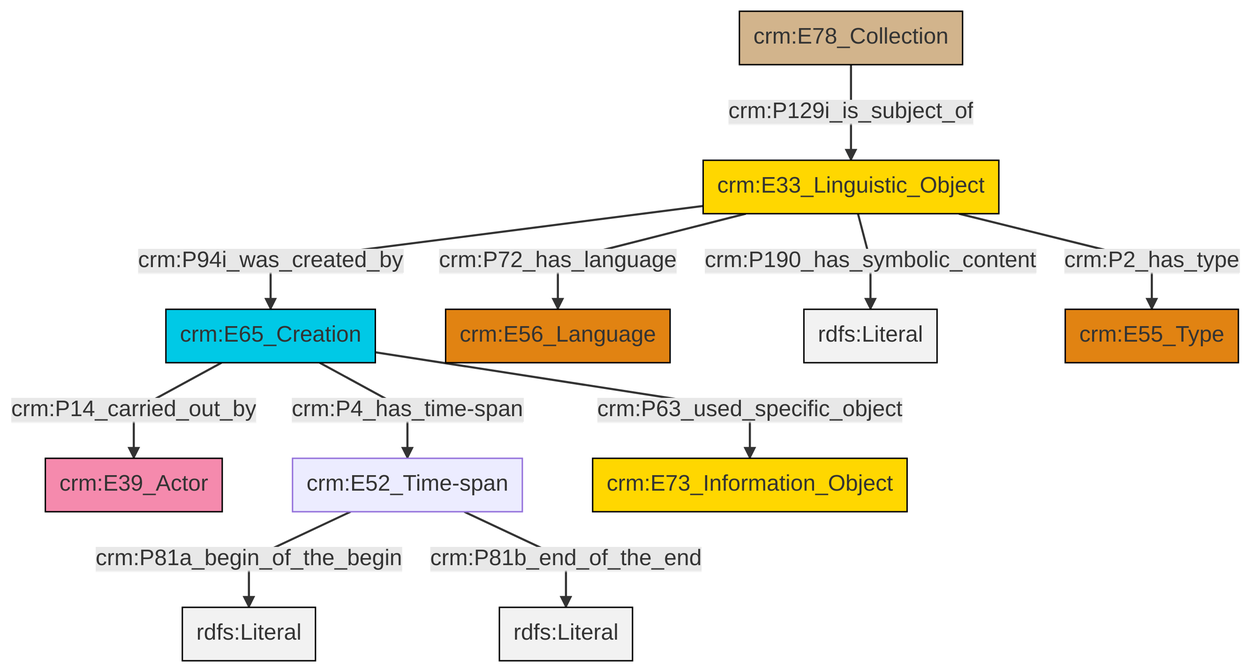
Earlier version of the Mermaid export et/archivalCSV/ttl/mmd/png/archival_desc.png (swiss-art-research-net/docs.swissartresearch). Its source is kept beside it as et/archivalCSV/ttl/mmd/archival_desc.ttl.mmd.
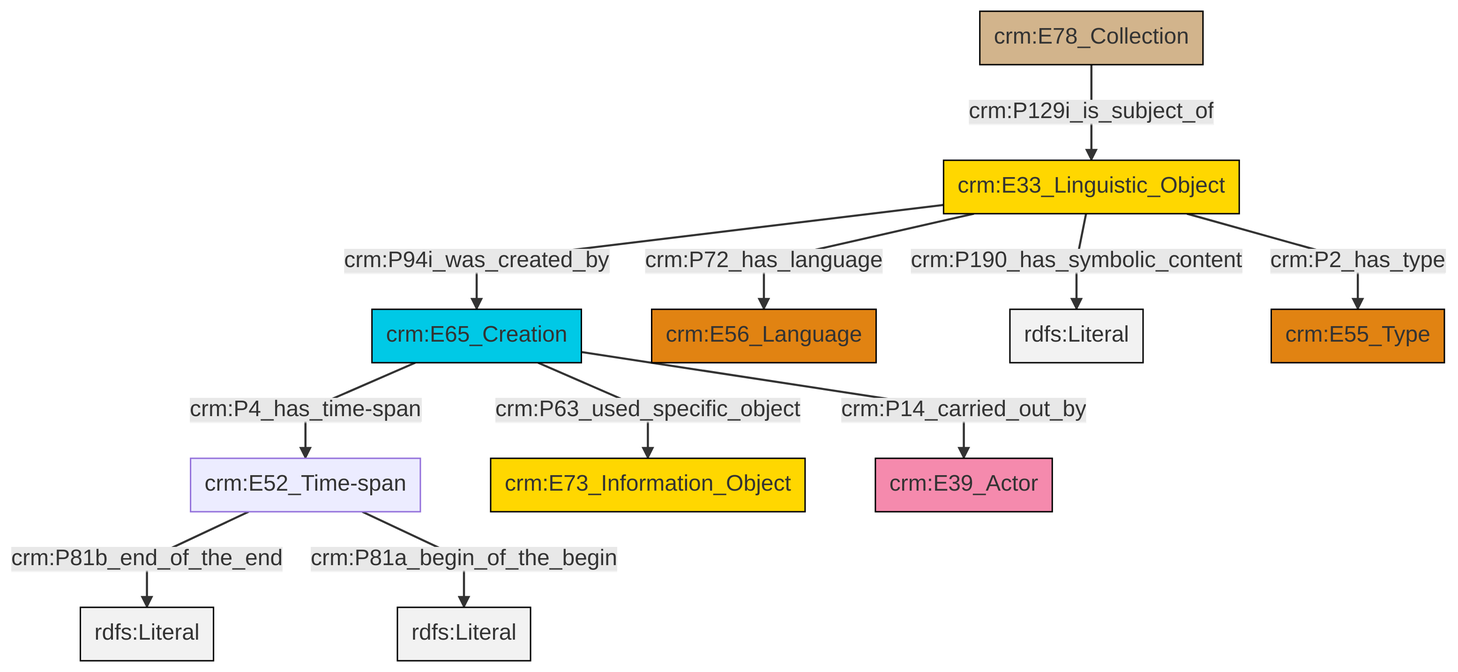
The same diagram one commit later.

What changed in the source:
```diff
@@ -13,13 +13,13 @@
 classDef PC_Classes fill:#4ce600, stroke:#000000;
 classDef Multi fill:#cccccc,stroke:#000000;
 
-2["crm:E65_Creation"]:::Temporal_Entity -->|crm:P63_used_specific_object| 8["crm:E73_Information_Object"]:::Conceptual_Object
-6["crm:E52_Time-span"]:::Default -->|crm:P81a_begin_of_the_begin| 9[rdfs:Literal]:::Literal
-2["crm:E65_Creation"]:::Temporal_Entity -->|crm:P14_carried_out_by| 4["crm:E39_Actor"]:::Actor
-0["crm:E78_Collection"]:::Physical_Thing -->|crm:P129i_is_subject_of| 10["crm:E33_Linguistic_Object"]:::Conceptual_Object
-10["crm:E33_Linguistic_Object"]:::Conceptual_Object -->|crm:P94i_was_created_by| 2["crm:E65_Creation"]:::Temporal_Entity
-2["crm:E65_Creation"]:::Temporal_Entity -->|crm:P4_has_time-span| 6["crm:E52_Time-span"]:::Default
-6["crm:E52_Time-span"]:::Default -->|crm:P81b_end_of_the_end| 14[rdfs:Literal]:::Literal
-10["crm:E33_Linguistic_Object"]:::Conceptual_Object -->|crm:P190_has_symbolic_content| 15[rdfs:Literal]:::Literal
-10["crm:E33_Linguistic_Object"]:::Conceptual_Object -->|crm:P72_has_language| 11["crm:E56_Language"]:::Type
-10["crm:E33_Linguistic_Object"]:::Conceptual_Object -->|crm:P2_has_type| 17["crm:E55_Type"]:::Type
+2["crm:E52_Time-span"]:::Default -->|crm:P81b_end_of_the_end| 3[rdfs:Literal]:::Literal
+4["crm:E33_Linguistic_Object"]:::Conceptual_Object -->|crm:P72_has_language| 5["crm:E56_Language"]:::Type
+4["crm:E33_Linguistic_Object"]:::Conceptual_Object -->|crm:P190_has_symbolic_content| 6[rdfs:Literal]:::Literal
+7["crm:E78_Collection"]:::Physical_Thing -->|crm:P129i_is_subject_of| 4["crm:E33_Linguistic_Object"]:::Conceptual_Object
+2["crm:E52_Time-span"]:::Default -->|crm:P81a_begin_of_the_begin| 8[rdfs:Literal]:::Literal
+0["crm:E65_Creation"]:::Temporal_Entity -->|crm:P63_used_specific_object| 11["crm:E73_Information_Object"]:::Conceptual_Object
+0["crm:E65_Creation"]:::Temporal_Entity -->|crm:P14_carried_out_by| 12["crm:E39_Actor"]:::Actor
+4["crm:E33_Linguistic_Object"]:::Conceptual_Object -->|crm:P94i_was_created_by| 0["crm:E65_Creation"]:::Temporal_Entity
+0["crm:E65_Creation"]:::Temporal_Entity -->|crm:P4_has_time-span| 2["crm:E52_Time-span"]:::Default
+4["crm:E33_Linguistic_Object"]:::Conceptual_Object -->|crm:P2_has_type| 9["crm:E55_Type"]:::Type
```
